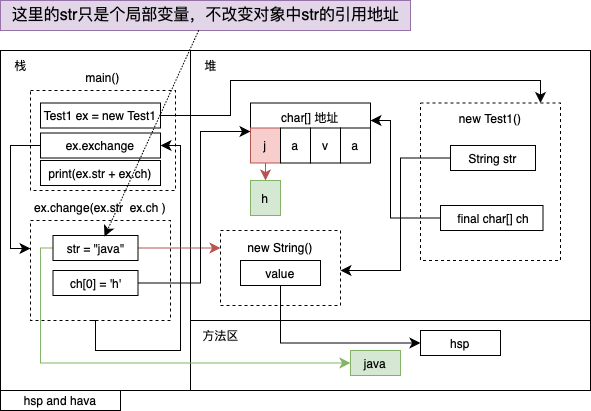
Before: drawio/StringExercise09.png, a diagram exported from draw.io (Stolorzs/Picgo). Source tidied: cells renumbered, new cells last; positions are measured from the earlier drawing's top-left corner, leaving out a move shared by most shapes.
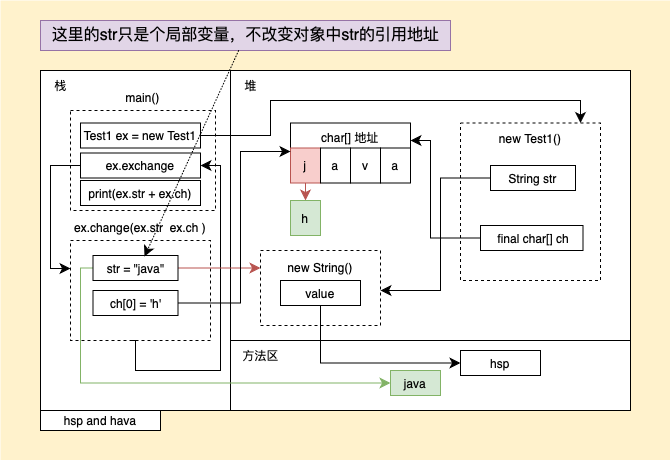
The same file after the commit.

Change to the diagram source:
```diff
@@ -2,6 +2,9 @@
   <root>
     <mxCell id="0" />
     <mxCell id="1" parent="0" />
+    <mxCell id="41" style="rounded=0;whiteSpace=wrap;html=1;fillColor=#FFF2CC;strokeColor=none;" parent="1" vertex="1">
+      <mxGeometry x="-40" y="-20" width="670" height="460" as="geometry" />
+    </mxCell>
     <mxCell id="2" style="rounded=0;whiteSpace=wrap;html=1;labelBackgroundColor=none;" parent="1" vertex="1">
       <mxGeometry x="190" y="320" width="400" height="70" as="geometry" />
     </mxCell>
```
